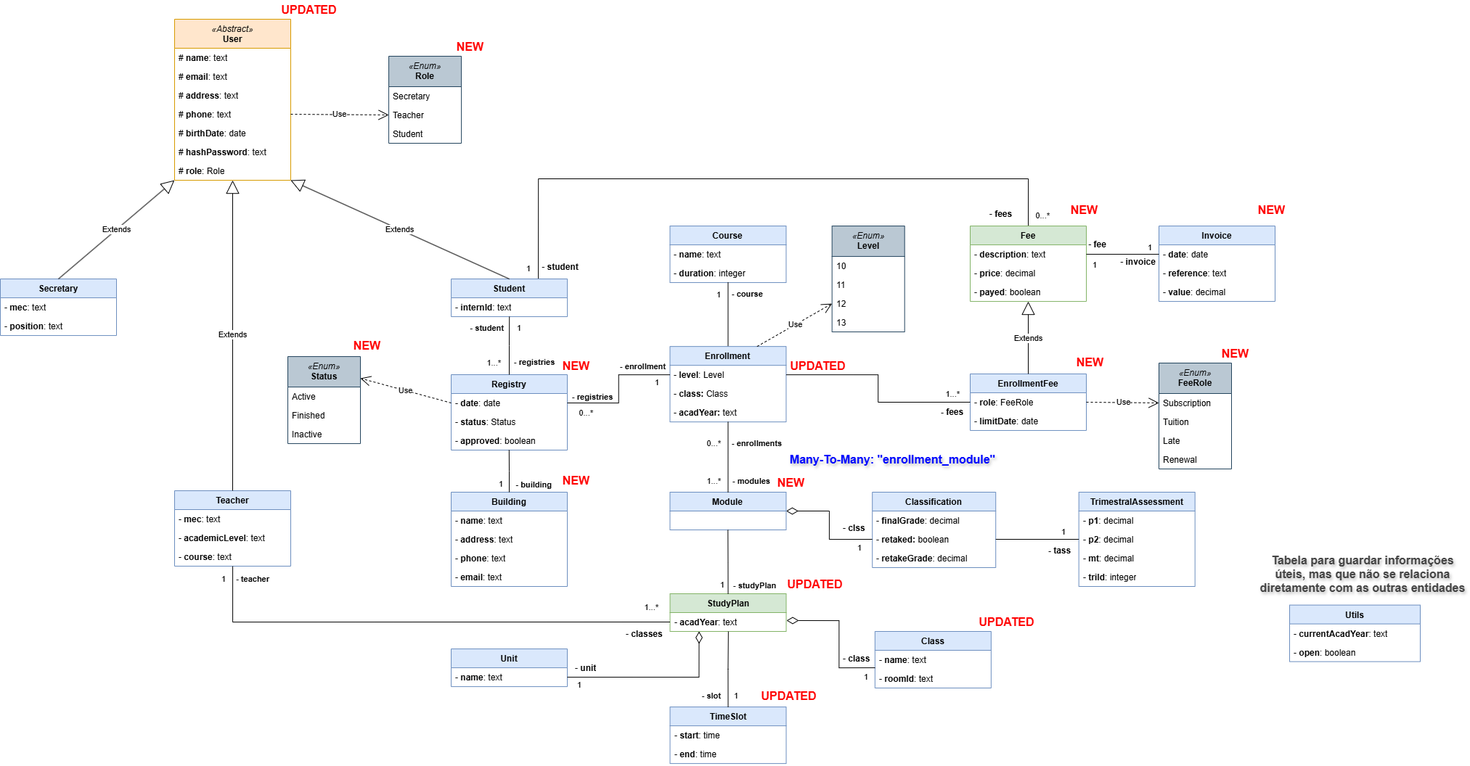
The draw.io diagram documentation/data-model.drawio.png in Joaquim-Claudio/Imptel-Online_P.D.S-2024-2025, before a commit. Source tidied: cells renumbered, new cells last; positions are measured from the earlier drawing's top-left corner, leaving out a move shared by most shapes.
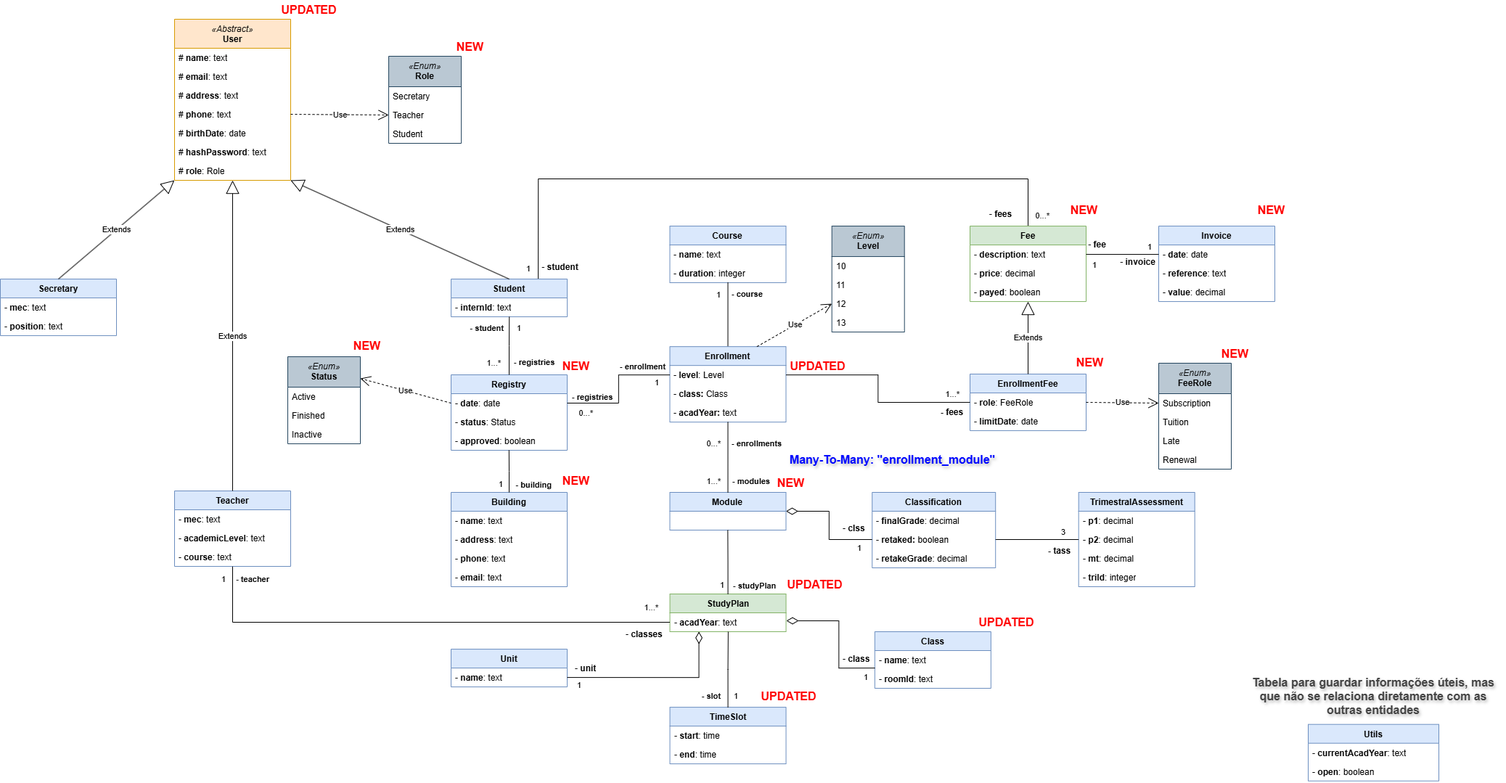
Above is the later version.

Change to the diagram source:
```diff
@@ -162,7 +162,7 @@
     <mxCell id="52" value="1" style="edgeLabel;html=1;align=right;verticalAlign=bottom;" parent="1" vertex="1">
       <mxGeometry x="1186" y="762" as="geometry" />
     </mxCell>
-    <mxCell id="53" value="1" style="edgeLabel;html=1;align=right;verticalAlign=bottom;" parent="1" vertex="1">
+    <mxCell id="53" value="3" style="edgeLabel;html=1;align=right;verticalAlign=bottom;" parent="1" vertex="1">
       <mxGeometry x="1467.7" y="740" as="geometry" />
     </mxCell>
     <mxCell id="54" value="- &lt;b&gt;class&lt;/b&gt;" style="text;strokeColor=none;fillColor=none;align=left;verticalAlign=top;spacingLeft=4;spacingRight=4;overflow=hidden;whiteSpace=wrap;html=1;" parent="1" vertex="1">
@@ -517,7 +517,7 @@
       <mxGeometry x="1046" y="946.1" width="80.3" height="26" as="geometry" />
     </mxCell>
     <mxCell id="163" value="Utils" style="swimlane;fontStyle=1;align=center;verticalAlign=top;horizontal=1;startSize=26;whiteSpace=wrap;html=1;fillColor=#dae8fc;strokeColor=#6c8ebf;" parent="1" vertex="1">
-      <mxGeometry x="1776" y="833.6" width="180" height="78" as="geometry" />
+      <mxGeometry x="1802" y="997.7" width="180" height="78" as="geometry" />
     </mxCell>
     <mxCell id="164" value="- &lt;b&gt;currentAcadYear&lt;/b&gt;: text" style="text;strokeColor=none;fillColor=none;align=left;verticalAlign=top;spacingLeft=4;spacingRight=4;overflow=hidden;whiteSpace=wrap;html=1;" parent="163" vertex="1">
       <mxGeometry y="26" width="180" height="26" as="geometry" />
@@ -526,7 +526,7 @@
       <mxGeometry y="52" width="180" height="26" as="geometry" />
     </mxCell>
     <mxCell id="166" value="Tabela para guardar informações úteis, mas que não se relaciona diretamente com as outras entidades" style="text;align=center;fontStyle=1;verticalAlign=middle;spacingLeft=3;spacingRight=3;html=1;fontColor=#454545;fontSize=16;textShadow=1;whiteSpace=wrap;" parent="1" vertex="1">
-      <mxGeometry x="1730" y="756" width="293.5" height="70" as="geometry" />
+      <mxGeometry x="1710" y="924.1" width="364" height="70" as="geometry" />
     </mxCell>
     <mxCell id="167" value="1" style="edgeLabel;html=1;align=right;verticalAlign=bottom;" parent="1" vertex="1">
       <mxGeometry x="1002.5" y="680" as="geometry">
```
